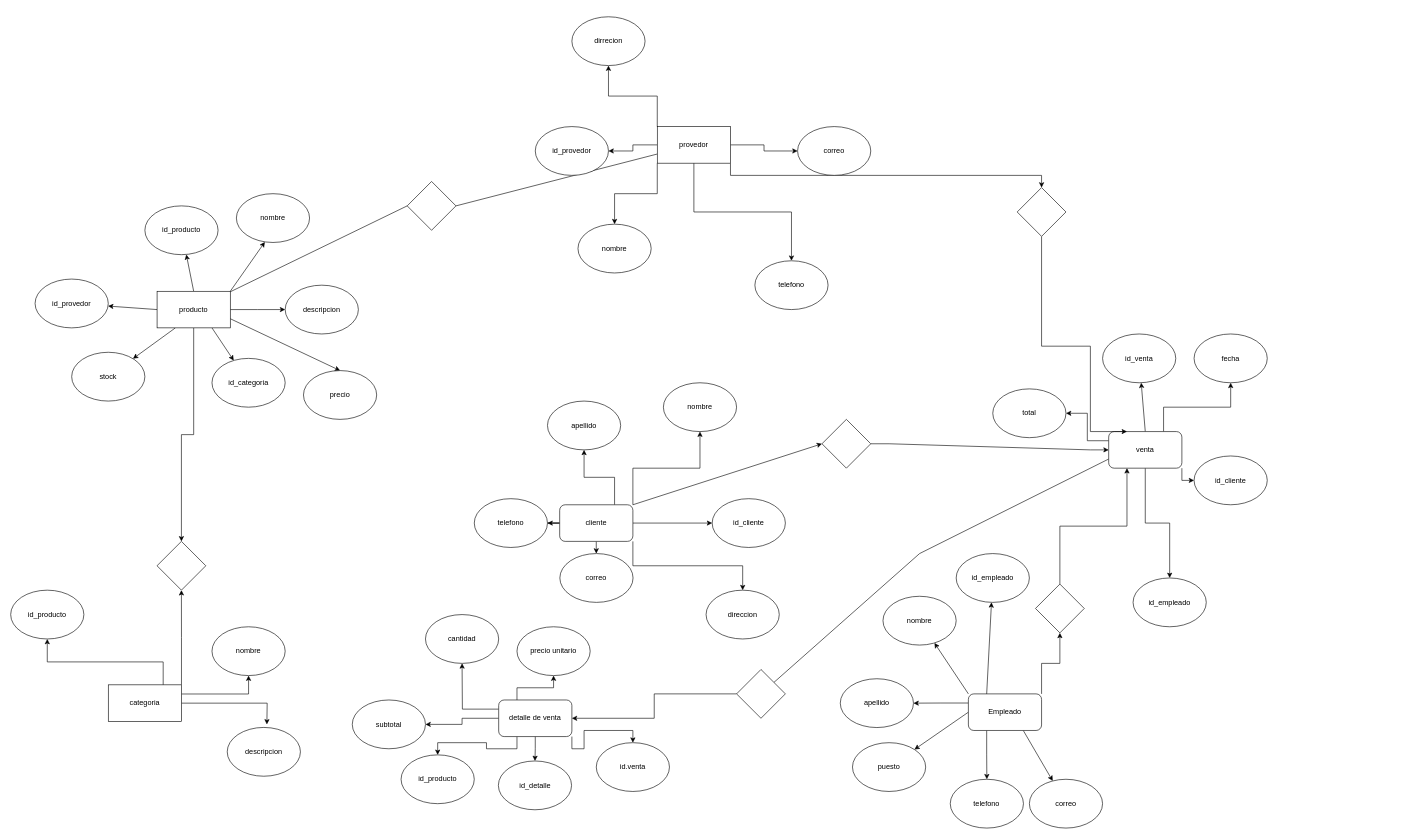
Earlier version of the draw.io diagram proyecto 2.drawio (Rey24179/proyecto_db_2). Source tidied: cells renumbered, new cells numbered last; positions are measured from the earlier drawing's top-left corner, leaving out a move shared by most shapes. Both pictures are drawn from the tidied source at 61%, with x=0, y=0 at pixel (10, 16).
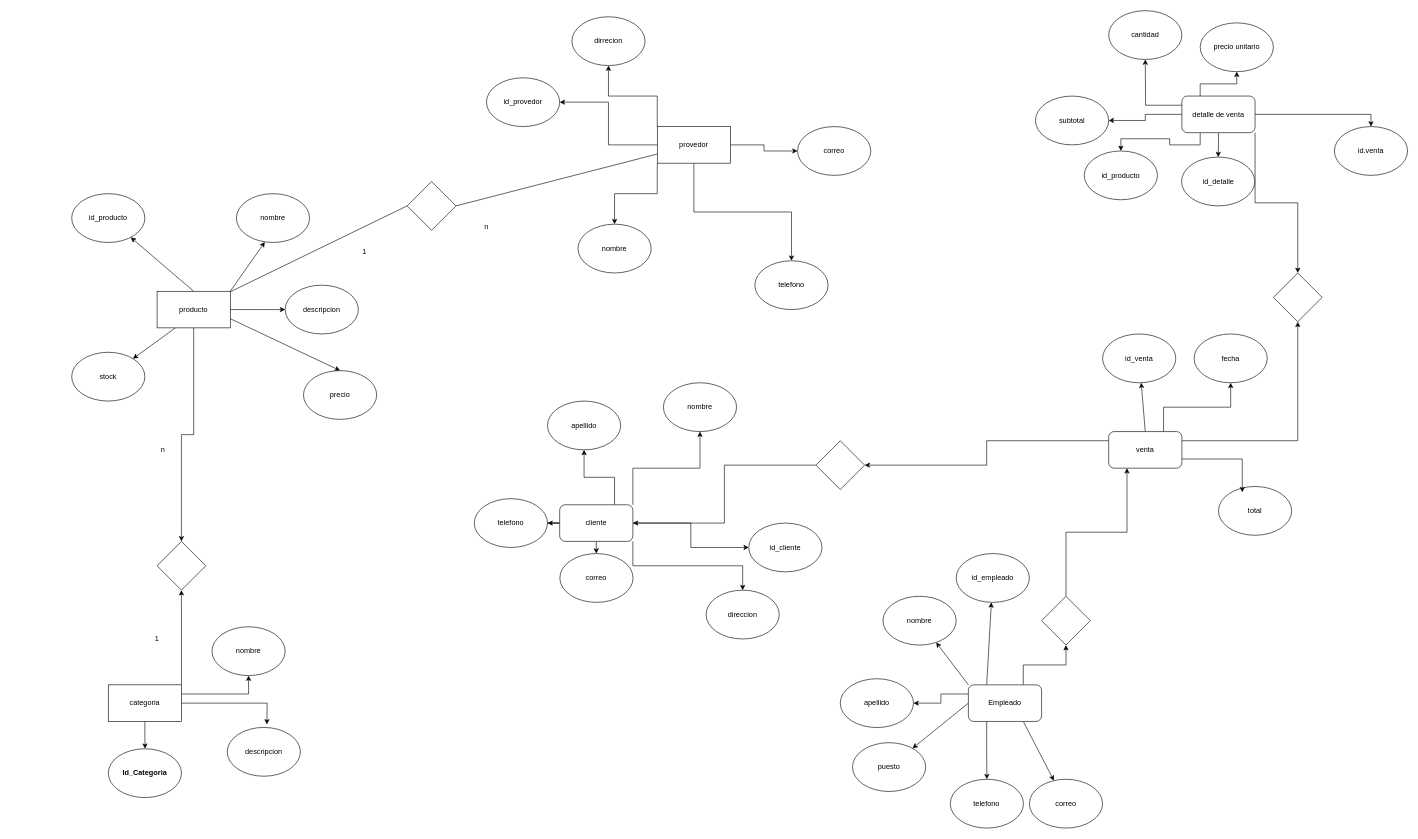
The same page after the edit.

Commit message:
cambiso der

Unchanged cells that the change refers to:
```xml
<mxCell id="6" value="categoria" style="rounded=0;whiteSpace=wrap;html=1;" parent="1" vertex="1">
  <mxGeometry x="160" y="1095.2" width="120" height="60" as="geometry" />
</mxCell>
<mxCell id="17" value="provedor" style="rounded=0;whiteSpace=wrap;html=1;" parent="1" vertex="1">
  <mxGeometry x="1060" y="180" width="120" height="60" as="geometry" />
</mxCell>
<mxCell id="30" value="producto" style="rounded=0;whiteSpace=wrap;html=1;" parent="1" vertex="1">
  <mxGeometry x="240" y="450" width="120" height="60" as="geometry" />
</mxCell>
<mxCell id="45" value="cliente" style="rounded=1;whiteSpace=wrap;html=1;" parent="1" vertex="1">
  <mxGeometry x="900" y="800" width="120" height="60" as="geometry" />
</mxCell>
<mxCell id="72" value="venta" style="rounded=1;whiteSpace=wrap;html=1;" parent="1" vertex="1">
  <mxGeometry x="1800" y="680" width="120" height="60" as="geometry" />
</mxCell>
```

What changed in the source:
```diff
@@
-    <mxCell id="2" style="edgeStyle=orthogonalEdgeStyle;rounded=0;jettySize=auto;html=1;exitX=0.75;exitY=0;exitDx=0;exitDy=0;" parent="1" edge="1" source="6" target="7">
-      <mxGeometry relative="1" as="geometry" />
-    </mxCell>
@@
+    <mxCell id="103" style="edgeStyle=orthogonalEdgeStyle;rounded=0;jettySize=auto;html=1;exitX=0.5;exitY=1;exitDx=0;exitDy=0;" parent="1" edge="1" source="6">
+      <mxGeometry relative="1" as="geometry">
+        <mxPoint x="220.3" y="1200" as="targetPoint" />
+      </mxGeometry>
+    </mxCell>
@@
-    <mxCell id="7" value="id_producto" style="ellipse;whiteSpace=wrap;html=1;" parent="1" vertex="1">
-      <mxGeometry y="940" width="120" height="80" as="geometry" />
-    </mxCell>
@@
-    <mxCell id="16" style="edgeStyle=orthogonalEdgeStyle;rounded=0;jettySize=auto;html=1;exitX=1;exitY=1;exitDx=0;exitDy=0;" parent="1" edge="1" source="17" target="102">
-      <mxGeometry relative="1" as="geometry" />
-    </mxCell>
@@
     <mxCell id="18" value="id_provedor" style="ellipse;whiteSpace=wrap;html=1;" parent="1" vertex="1">
-      <mxGeometry x="860" y="180" width="120" height="80" as="geometry" />
+      <mxGeometry x="780" y="100" width="120" height="80" as="geometry" />
     </mxCell>
@@
-    <mxCell id="27" style="rounded=0;jettySize=auto;html=1;exitX=0.75;exitY=1;exitDx=0;exitDy=0;" parent="1" edge="1" source="30" target="36">
-      <mxGeometry relative="1" as="geometry" />
-    </mxCell>
-    <mxCell id="28" style="rounded=0;jettySize=auto;html=1;exitX=0;exitY=0.5;exitDx=0;exitDy=0;curved=0;" parent="1" edge="1" source="30" target="37">
-      <mxGeometry relative="1" as="geometry" />
-    </mxCell>
@@
     <mxCell id="31" value="id_producto" style="ellipse;whiteSpace=wrap;html=1;" parent="1" vertex="1">
-      <mxGeometry x="220" y="310" width="120" height="80" as="geometry" />
+      <mxGeometry x="100" y="290" width="120" height="80" as="geometry" />
     </mxCell>
@@
-    <mxCell id="36" value="id_categoria" style="ellipse;whiteSpace=wrap;html=1;" parent="1" vertex="1">
-      <mxGeometry x="330" y="560" width="120" height="80" as="geometry" />
-    </mxCell>
-    <mxCell id="37" value="id_provedor" style="ellipse;whiteSpace=wrap;html=1;" parent="1" vertex="1">
-      <mxGeometry x="40" y="430" width="120" height="80" as="geometry" />
-    </mxCell>
@@
-    <mxCell id="44" style="rounded=0;jettySize=auto;html=1;exitX=1;exitY=0;exitDx=0;exitDy=0;entryX=0;entryY=0.5;entryDx=0;entryDy=0;" parent="1" edge="1" source="45" target="83">
-      <mxGeometry relative="1" as="geometry" />
-    </mxCell>
@@
     <mxCell id="46" value="id_cliente" style="ellipse;whiteSpace=wrap;html=1;" parent="1" vertex="1">
-      <mxGeometry x="1150" y="790" width="120" height="80" as="geometry" />
+      <mxGeometry x="1210" y="830" width="120" height="80" as="geometry" />
     </mxCell>
@@
-    <mxCell id="58" style="edgeStyle=orthogonalEdgeStyle;rounded=0;jettySize=auto;html=1;exitX=1;exitY=0;exitDx=0;exitDy=0;" parent="1" edge="1" source="59" target="85">
-      <mxGeometry relative="1" as="geometry" />
-    </mxCell>
+    <mxCell id="104" style="edgeStyle=orthogonalEdgeStyle;rounded=0;jettySize=auto;html=1;exitX=0.75;exitY=0;exitDx=0;exitDy=0;" parent="1" edge="1" source="59" target="114">
+      <mxGeometry relative="1" as="geometry" />
+    </mxCell>
     <mxCell id="59" value="Empleado" style="rounded=1;whiteSpace=wrap;html=1;" parent="1" vertex="1">
-      <mxGeometry x="1570" y="1110" width="120" height="60" as="geometry" />
+      <mxGeometry x="1570" y="1095.2" width="120" height="60" as="geometry" />
     </mxCell>
@@
-    <mxCell id="68" style="edgeStyle=orthogonalEdgeStyle;rounded=0;jettySize=auto;html=1;exitX=0;exitY=0.25;exitDx=0;exitDy=0;" parent="1" edge="1" source="72" target="75">
-      <mxGeometry relative="1" as="geometry" />
-    </mxCell>
-    <mxCell id="69" style="edgeStyle=orthogonalEdgeStyle;rounded=0;jettySize=auto;html=1;exitX=1;exitY=1;exitDx=0;exitDy=0;" parent="1" edge="1" source="72" target="76">
-      <mxGeometry relative="1" as="geometry" />
-    </mxCell>
-    <mxCell id="70" style="edgeStyle=orthogonalEdgeStyle;rounded=0;jettySize=auto;html=1;exitX=0.5;exitY=1;exitDx=0;exitDy=0;" parent="1" edge="1" source="72" target="77">
-      <mxGeometry relative="1" as="geometry" />
-    </mxCell>
-    <mxCell id="71" style="rounded=0;jettySize=auto;html=1;exitX=0;exitY=0.75;exitDx=0;exitDy=0;endArrow=none;endFill=0;" parent="1" edge="1" source="72" target="100">
-      <mxGeometry relative="1" as="geometry">
-        <Array as="points">
-          <mxPoint x="1490" y="880" />
-        </Array>
-      </mxGeometry>
-    </mxCell>
+    <mxCell id="105" style="edgeStyle=orthogonalEdgeStyle;rounded=0;jettySize=auto;html=1;exitX=0;exitY=0.25;exitDx=0;exitDy=0;" parent="1" edge="1" source="72" target="116">
+      <mxGeometry relative="1" as="geometry" />
+    </mxCell>
+    <mxCell id="106" style="edgeStyle=orthogonalEdgeStyle;rounded=0;jettySize=auto;html=1;exitX=1;exitY=0.25;exitDx=0;exitDy=0;" parent="1" edge="1" source="72" target="117">
+      <mxGeometry relative="1" as="geometry" />
+    </mxCell>
@@
     <mxCell id="75" value="total" style="ellipse;whiteSpace=wrap;html=1;" parent="1" vertex="1">
-      <mxGeometry x="1610" y="610" width="120" height="80" as="geometry" />
+      <mxGeometry x="1980" y="770" width="120" height="80" as="geometry" />
     </mxCell>
-    <mxCell id="76" value="id_cliente" style="ellipse;whiteSpace=wrap;html=1;" parent="1" vertex="1">
-      <mxGeometry x="1940" y="720" width="120" height="80" as="geometry" />
-    </mxCell>
-    <mxCell id="77" value="id_empleado" style="ellipse;whiteSpace=wrap;html=1;" parent="1" vertex="1">
-      <mxGeometry x="1840" y="920" width="120" height="80" as="geometry" />
-    </mxCell>
@@
-    <mxCell id="82" style="edgeStyle=entityRelationEdgeStyle;rounded=0;jettySize=auto;html=1;exitX=1;exitY=0.5;exitDx=0;exitDy=0;" parent="1" edge="1" source="83" target="72">
-      <mxGeometry relative="1" as="geometry" />
-    </mxCell>
-    <mxCell id="83" style="rhombus;whiteSpace=wrap;html=1;" parent="1" vertex="1">
-      <mxGeometry x="1330" y="660" width="80" height="80" as="geometry" />
-    </mxCell>
-    <mxCell id="84" style="edgeStyle=orthogonalEdgeStyle;rounded=0;jettySize=auto;html=1;exitX=0.5;exitY=0;exitDx=0;exitDy=0;entryX=0.25;entryY=1;entryDx=0;entryDy=0;" parent="1" edge="1" source="85" target="72">
-      <mxGeometry relative="1" as="geometry" />
-    </mxCell>
-    <mxCell id="85" style="rhombus;whiteSpace=wrap;html=1;" parent="1" vertex="1">
-      <mxGeometry x="1680" y="930" width="80" height="80" as="geometry" />
-    </mxCell>
@@
-    <mxCell id="87" style="edgeStyle=orthogonalEdgeStyle;rounded=0;jettySize=auto;html=1;exitX=1;exitY=1;exitDx=0;exitDy=0;" parent="1" edge="1" source="92" target="94">
-      <mxGeometry relative="1" as="geometry" />
-    </mxCell>
@@
     <mxCell id="89" style="edgeStyle=orthogonalEdgeStyle;rounded=0;jettySize=auto;html=1;exitX=0;exitY=0.25;exitDx=0;exitDy=0;" parent="1" edge="1" source="92">
       <mxGeometry relative="1" as="geometry">
-        <mxPoint x="740" y="1060" as="targetPoint" />
+        <mxPoint x="1860" y="70" as="targetPoint" />
       </mxGeometry>
     </mxCell>
@@
+    <mxCell id="87" style="edgeStyle=orthogonalEdgeStyle;rounded=0;jettySize=auto;html=1;exitX=1;exitY=0.5;exitDx=0;exitDy=0;entryX=0.5;entryY=0;entryDx=0;entryDy=0;" parent="1" edge="1" source="92" target="94">
+      <mxGeometry relative="1" as="geometry" />
+    </mxCell>
+    <mxCell id="107" style="edgeStyle=orthogonalEdgeStyle;rounded=0;jettySize=auto;html=1;exitX=1;exitY=1;exitDx=0;exitDy=0;entryX=0.5;entryY=0;entryDx=0;entryDy=0;" parent="1" edge="1" source="92" target="117">
+      <mxGeometry relative="1" as="geometry" />
+    </mxCell>
     <mxCell id="92" value="detalle de venta" style="rounded=1;whiteSpace=wrap;html=1;" parent="1" vertex="1">
-      <mxGeometry x="800" y="1120" width="120" height="60" as="geometry" />
+      <mxGeometry x="1920" y="130" width="120" height="60" as="geometry" />
     </mxCell>
     <mxCell id="93" value="id_detalle" style="ellipse;whiteSpace=wrap;html=1;" parent="1" vertex="1">
-      <mxGeometry x="799.5" y="1220" width="120" height="80" as="geometry" />
+      <mxGeometry x="1919.5" y="230" width="120" height="80" as="geometry" />
     </mxCell>
     <mxCell id="94" value="id.venta" style="ellipse;whiteSpace=wrap;html=1;" parent="1" vertex="1">
-      <mxGeometry x="960" y="1190" width="120" height="80" as="geometry" />
+      <mxGeometry x="2170" y="180" width="120" height="80" as="geometry" />
     </mxCell>
     <mxCell id="95" value="id_producto" style="ellipse;whiteSpace=wrap;html=1;" parent="1" vertex="1">
-      <mxGeometry x="640" y="1210" width="120" height="80" as="geometry" />
+      <mxGeometry x="1760" y="220" width="120" height="80" as="geometry" />
     </mxCell>
     <mxCell id="96" value="cantidad" style="ellipse;whiteSpace=wrap;html=1;" parent="1" vertex="1">
-      <mxGeometry x="680" y="980" width="120" height="80" as="geometry" />
+      <mxGeometry x="1800" y="-10" width="120" height="80" as="geometry" />
     </mxCell>
     <mxCell id="97" value="precio unitario" style="ellipse;whiteSpace=wrap;html=1;" parent="1" vertex="1">
-      <mxGeometry x="830" y="1000" width="120" height="80" as="geometry" />
+      <mxGeometry x="1950" y="10" width="120" height="80" as="geometry" />
     </mxCell>
     <mxCell id="98" value="subtotal" style="ellipse;whiteSpace=wrap;html=1;" parent="1" vertex="1">
-      <mxGeometry x="560" y="1120" width="120" height="80" as="geometry" />
+      <mxGeometry x="1680" y="130" width="120" height="80" as="geometry" />
     </mxCell>
-    <mxCell id="99" style="edgeStyle=orthogonalEdgeStyle;rounded=0;jettySize=auto;html=1;exitX=0;exitY=0.5;exitDx=0;exitDy=0;entryX=1;entryY=0.5;entryDx=0;entryDy=0;" parent="1" edge="1" source="100" target="92">
-      <mxGeometry relative="1" as="geometry" />
-    </mxCell>
-    <mxCell id="100" style="rhombus;whiteSpace=wrap;html=1;" parent="1" vertex="1">
-      <mxGeometry x="1190" y="1070" width="80" height="80" as="geometry" />
-    </mxCell>
-    <mxCell id="101" style="edgeStyle=orthogonalEdgeStyle;rounded=0;jettySize=auto;html=1;exitX=0.5;exitY=1;exitDx=0;exitDy=0;entryX=0.25;entryY=0;entryDx=0;entryDy=0;" parent="1" edge="1" source="102" target="72">
-      <mxGeometry relative="1" as="geometry">
-        <Array as="points">
-          <mxPoint x="1690" y="540" />
-          <mxPoint x="1770" y="540" />
-          <mxPoint x="1770" y="680" />
-        </Array>
-      </mxGeometry>
-    </mxCell>
-    <mxCell id="102" style="rhombus;whiteSpace=wrap;html=1;" parent="1" vertex="1">
-      <mxGeometry x="1650" y="280" width="80" height="80" as="geometry" />
-    </mxCell>
+    <mxCell id="108" value="&lt;b&gt;Id_Categoria&lt;/b&gt;" style="ellipse;whiteSpace=wrap;html=1;" parent="1" vertex="1">
+      <mxGeometry x="160" y="1200" width="120" height="80" as="geometry" />
+    </mxCell>
+    <mxCell id="109" value="1" style="text;html=1;whiteSpace=wrap;strokeColor=none;fillColor=none;align=center;verticalAlign=middle;rounded=0;" parent="1" vertex="1">
+      <mxGeometry x="210" y="1005" width="60" height="30" as="geometry" />
+    </mxCell>
+    <mxCell id="110" value="n" style="text;html=1;whiteSpace=wrap;strokeColor=none;fillColor=none;align=center;verticalAlign=middle;rounded=0;" parent="1" vertex="1">
+      <mxGeometry x="220" y="695" width="60" height="30" as="geometry" />
+    </mxCell>
+    <mxCell id="111" value="n" style="text;html=1;whiteSpace=wrap;strokeColor=none;fillColor=none;align=center;verticalAlign=middle;rounded=0;" parent="1" vertex="1">
+      <mxGeometry x="750" y="330" width="60" height="30" as="geometry" />
+    </mxCell>
+    <mxCell id="112" value="1" style="text;html=1;whiteSpace=wrap;strokeColor=none;fillColor=none;align=center;verticalAlign=middle;rounded=0;" parent="1" vertex="1">
+      <mxGeometry x="550" y="370" width="60" height="30" as="geometry" />
+    </mxCell>
+    <mxCell id="68" style="edgeStyle=orthogonalEdgeStyle;rounded=0;jettySize=auto;html=1;exitX=1;exitY=0.75;exitDx=0;exitDy=0;entryX=0.325;entryY=0.119;entryDx=0;entryDy=0;entryPerimeter=0;" parent="1" edge="1" source="72" target="75">
+      <mxGeometry relative="1" as="geometry" />
+    </mxCell>
+    <mxCell id="113" style="edgeStyle=orthogonalEdgeStyle;rounded=0;jettySize=auto;html=1;exitX=0.5;exitY=0;exitDx=0;exitDy=0;entryX=0.25;entryY=1;entryDx=0;entryDy=0;" parent="1" edge="1" source="114" target="72">
+      <mxGeometry relative="1" as="geometry" />
+    </mxCell>
+    <mxCell id="114" style="rhombus;whiteSpace=wrap;html=1;" parent="1" vertex="1">
+      <mxGeometry x="1690" y="950" width="80" height="80" as="geometry" />
+    </mxCell>
+    <mxCell id="115" style="edgeStyle=orthogonalEdgeStyle;rounded=0;jettySize=auto;html=1;exitX=0;exitY=0.5;exitDx=0;exitDy=0;entryX=1;entryY=0.5;entryDx=0;entryDy=0;" parent="1" edge="1" source="116" target="45">
+      <mxGeometry relative="1" as="geometry" />
+    </mxCell>
+    <mxCell id="116" style="rhombus;whiteSpace=wrap;html=1;" parent="1" vertex="1">
+      <mxGeometry x="1320" y="695" width="80" height="80" as="geometry" />
+    </mxCell>
+    <mxCell id="117" style="rhombus;whiteSpace=wrap;html=1;" parent="1" vertex="1">
+      <mxGeometry x="2070" y="420" width="80" height="80" as="geometry" />
+    </mxCell>
```
